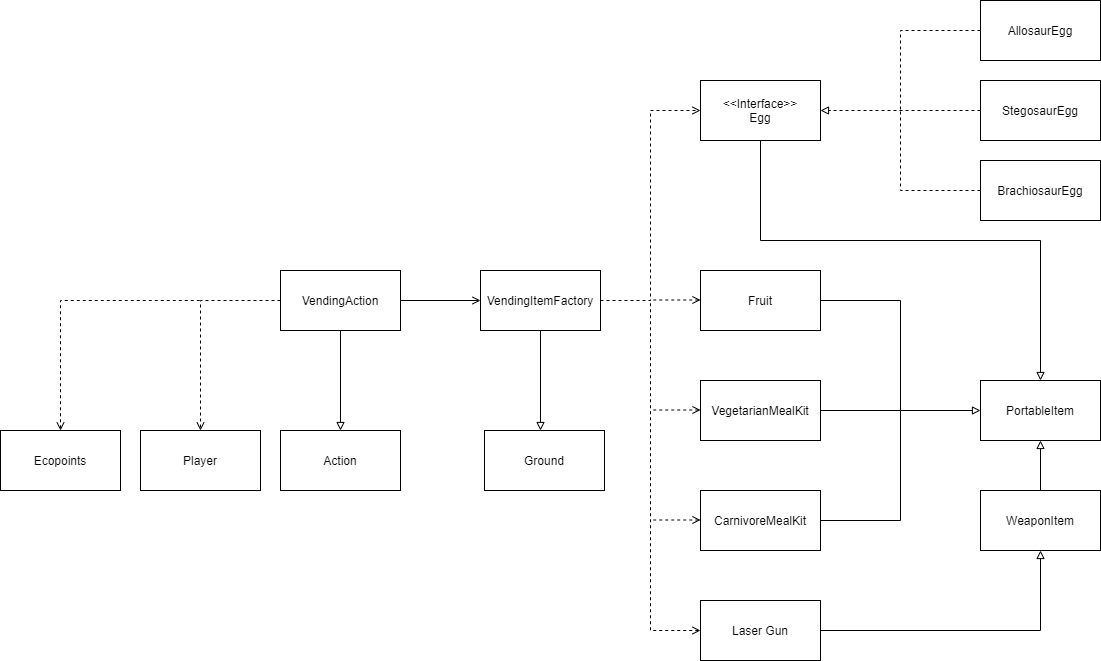
Before: docs/FIT2099_A1_UML_ItemsVendingMachine.png, a diagram exported from draw.io (Nochl/Jurrasic_Park_Sim). Source tidied: cells renumbered, new cells last; positions are measured from the earlier drawing's top-left corner, leaving out a move shared by most shapes.
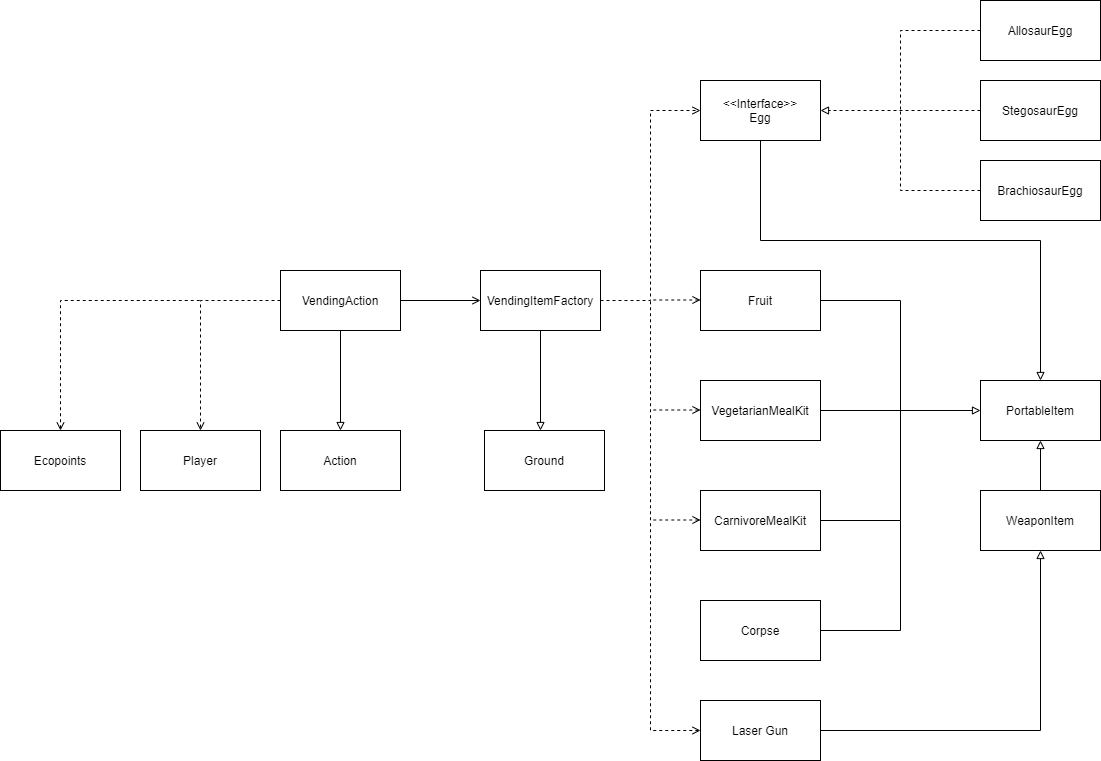
After the change.

Commit message:
Re added corpse class but removed its dependency relationship with VendingItemFactory

Change to the diagram source:
```diff
@@ -16,7 +16,7 @@
     <mxCell id="4" style="edgeStyle=orthogonalEdgeStyle;rounded=0;jettySize=auto;html=1;entryX=0.5;entryY=1;entryDx=0;entryDy=0;endArrow=block;endFill=0;" parent="1" edge="1" source="6" target="19">
       <mxGeometry relative="1" as="geometry">
         <Array as="points">
-          <mxPoint x="1040" y="630" />
+          <mxPoint x="1040" y="730" />
         </Array>
       </mxGeometry>
     </mxCell>
@@ -26,7 +26,7 @@
       </mxGeometry>
     </mxCell>
     <mxCell id="6" value="Laser Gun" style="rounded=0;whiteSpace=wrap;html=1;" parent="1" vertex="1">
-      <mxGeometry x="700" y="600" width="120" height="60" as="geometry" />
+      <mxGeometry x="700" y="700" width="120" height="60" as="geometry" />
     </mxCell>
     <mxCell id="7" style="edgeStyle=orthogonalEdgeStyle;rounded=0;jettySize=auto;html=1;exitX=1;exitY=0.5;exitDx=0;exitDy=0;endArrow=none;endFill=0;" parent="1" edge="1" source="8">
       <mxGeometry relative="1" as="geometry">
@@ -150,5 +150,13 @@
     <mxCell id="36" value="BrachiosaurEgg" style="whiteSpace=wrap;html=1;" parent="1" vertex="1">
       <mxGeometry x="980" y="160" width="120" height="60" as="geometry" />
     </mxCell>
+    <mxCell id="37" style="edgeStyle=orthogonalEdgeStyle;rounded=0;jettySize=auto;html=1;exitX=1;exitY=0.5;exitDx=0;exitDy=0;endArrow=none;endFill=0;" parent="1" edge="1" source="38">
+      <mxGeometry relative="1" as="geometry">
+        <mxPoint x="900" y="520" as="targetPoint" />
+      </mxGeometry>
+    </mxCell>
+    <mxCell id="38" value="Corpse" style="rounded=0;whiteSpace=wrap;html=1;" parent="1" vertex="1">
+      <mxGeometry x="700" y="600" width="120" height="60" as="geometry" />
+    </mxCell>
   </root>
 </mxGraphModel>
```
